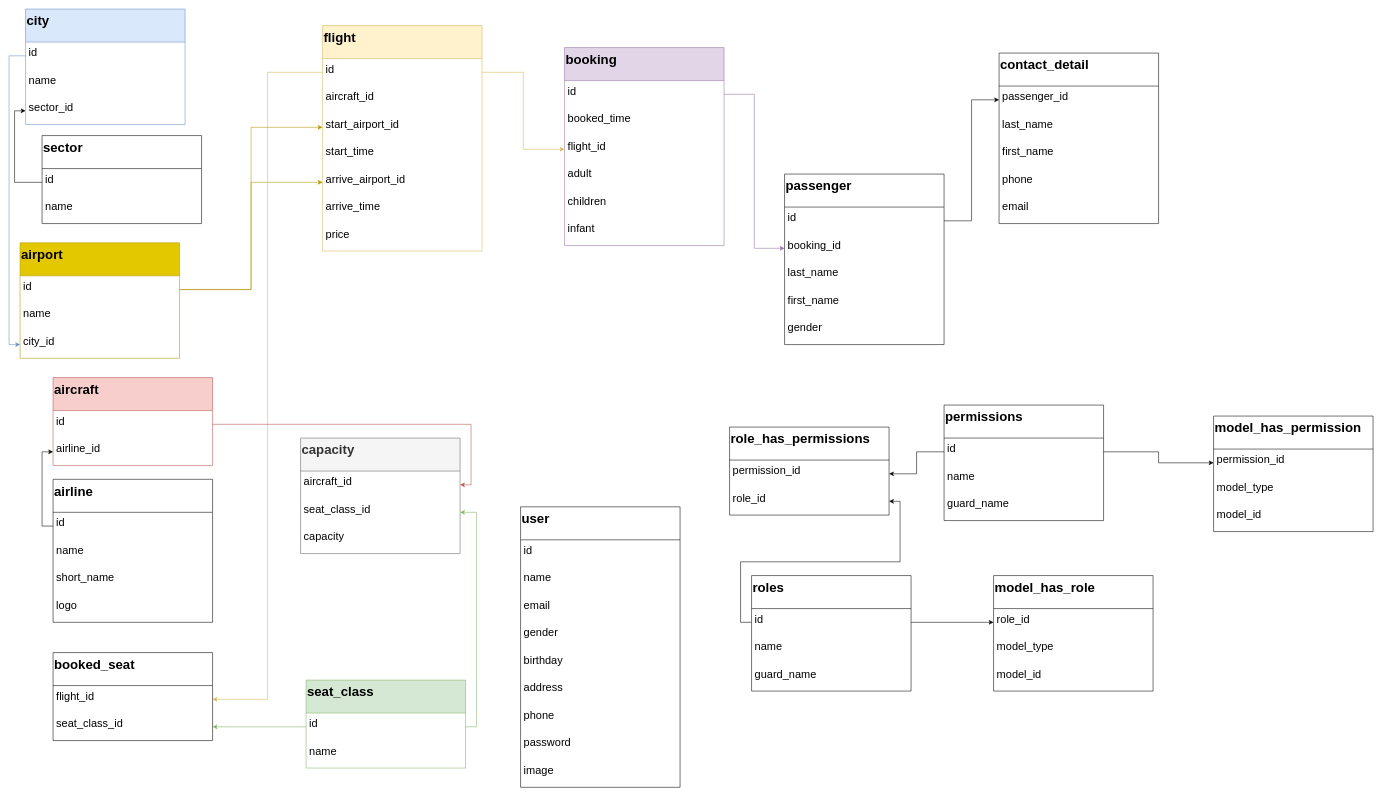
Above: Untitled Diagram.drawio in trungkien4723/datvemaybay (draw.io), before the change. Source tidied: cells renumbered, new cells numbered last; positions are measured from the earlier drawing's top-left corner, leaving out a move shared by most shapes. Both pictures are drawn from the tidied source at 55%, with x=0, y=0 at pixel (20, 9).
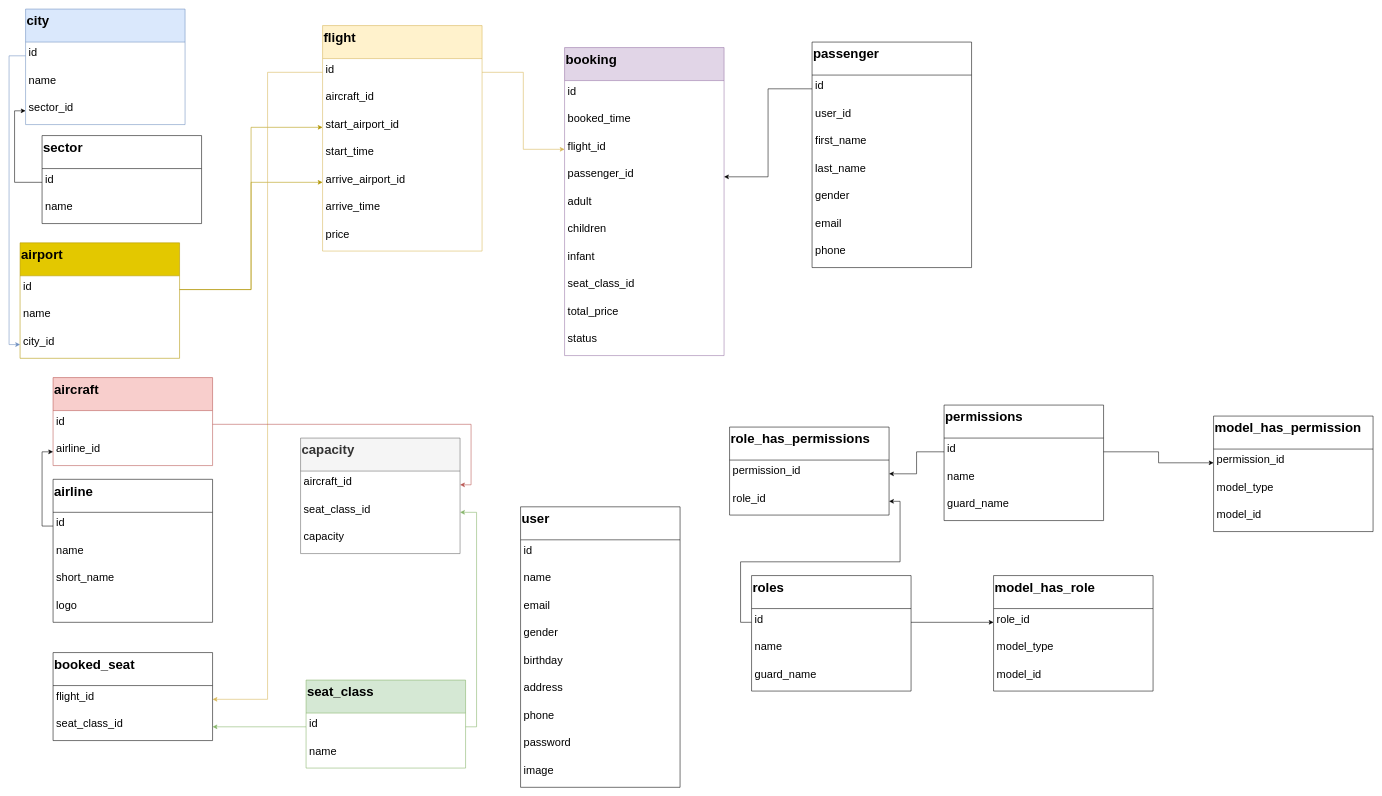
Above is the later version.

Unchanged cells that the change refers to:
```xml
<mxCell id="14" value="id" style="text;strokeColor=none;fillColor=none;align=left;verticalAlign=top;spacingLeft=4;spacingRight=4;overflow=hidden;points=[[0,0.5],[1,0.5]];portConstraint=eastwest;fontSize=20;" parent="13" vertex="1">
  <mxGeometry y="60" width="290" height="50" as="geometry" />
</mxCell>
<mxCell id="45" value="id" style="text;strokeColor=none;fillColor=none;align=left;verticalAlign=top;spacingLeft=4;spacingRight=4;overflow=hidden;points=[[0,0.5],[1,0.5]];portConstraint=eastwest;fontSize=20;" parent="44" vertex="1">
  <mxGeometry y="60" width="290" height="50" as="geometry" />
</mxCell>
```

Change to the diagram source:
```diff
@@
     <mxCell id="13" value="booking" style="swimlane;fontStyle=1;horizontal=1;startSize=60;fontSize=24;strokeColor=#9673a6;align=left;verticalAlign=top;fillColor=#e1d5e7;" parent="1" vertex="1">
-      <mxGeometry x="990" y="70" width="290" height="360" as="geometry" />
+      <mxGeometry x="990" y="70" width="290" height="560" as="geometry" />
     </mxCell>
@@
+    <mxCell id="97" value="passenger_id" style="text;strokeColor=none;fillColor=none;align=left;verticalAlign=top;spacingLeft=4;spacingRight=4;overflow=hidden;points=[[0,0.5],[1,0.5]];portConstraint=eastwest;fontSize=20;" parent="13" vertex="1">
+      <mxGeometry y="210" width="290" height="50" as="geometry" />
+    </mxCell>
     <mxCell id="17" value="adult" style="text;strokeColor=none;fillColor=none;align=left;verticalAlign=top;spacingLeft=4;spacingRight=4;overflow=hidden;fontSize=20;" parent="13" vertex="1">
-      <mxGeometry y="210" width="290" height="50" as="geometry" />
+      <mxGeometry y="260" width="290" height="50" as="geometry" />
     </mxCell>
     <mxCell id="18" value="children" style="text;strokeColor=none;fillColor=none;align=left;verticalAlign=top;spacingLeft=4;spacingRight=4;overflow=hidden;fontSize=20;" parent="13" vertex="1">
-      <mxGeometry y="260" width="290" height="50" as="geometry" />
+      <mxGeometry y="310" width="290" height="50" as="geometry" />
     </mxCell>
     <mxCell id="19" value="infant" style="text;strokeColor=none;fillColor=none;align=left;verticalAlign=top;spacingLeft=4;spacingRight=4;overflow=hidden;fontSize=20;" parent="13" vertex="1">
-      <mxGeometry y="310" width="290" height="50" as="geometry" />
+      <mxGeometry y="360" width="290" height="50" as="geometry" />
     </mxCell>
+    <mxCell id="103" value="seat_class_id" style="text;strokeColor=none;fillColor=none;align=left;verticalAlign=top;spacingLeft=4;spacingRight=4;overflow=hidden;fontSize=20;" parent="13" vertex="1">
+      <mxGeometry y="410" width="290" height="50" as="geometry" />
+    </mxCell>
+    <mxCell id="104" value="total_price" style="text;strokeColor=none;fillColor=none;align=left;verticalAlign=top;spacingLeft=4;spacingRight=4;overflow=hidden;fontSize=20;" parent="13" vertex="1">
+      <mxGeometry y="460" width="290" height="50" as="geometry" />
+    </mxCell>
+    <mxCell id="105" value="status" style="text;strokeColor=none;fillColor=none;align=left;verticalAlign=top;spacingLeft=4;spacingRight=4;overflow=hidden;fontSize=20;" parent="13" vertex="1">
+      <mxGeometry y="510" width="290" height="50" as="geometry" />
+    </mxCell>
@@
     <mxCell id="44" value="passenger" style="swimlane;fontStyle=1;horizontal=1;startSize=60;fontSize=24;strokeColor=#000000;align=left;verticalAlign=top;" parent="1" vertex="1">
-      <mxGeometry x="1390" y="300" width="290" height="310" as="geometry" />
+      <mxGeometry x="1440" y="60" width="290" height="410" as="geometry" />
     </mxCell>
@@
-    <mxCell id="46" value="booking_id" style="text;strokeColor=none;fillColor=none;align=left;verticalAlign=top;spacingLeft=4;spacingRight=4;overflow=hidden;points=[[0,0.5],[1,0.5]];portConstraint=eastwest;fontSize=20;" parent="44" vertex="1">
-      <mxGeometry y="110" width="290" height="50" as="geometry" />
-    </mxCell>
+    <mxCell id="106" value="user_id" style="text;strokeColor=none;fillColor=none;align=left;verticalAlign=top;spacingLeft=4;spacingRight=4;overflow=hidden;fontSize=20;" parent="44" vertex="1">
+      <mxGeometry y="110" width="290" height="50" as="geometry" />
+    </mxCell>
+    <mxCell id="48" value="first_name" style="text;strokeColor=none;fillColor=none;align=left;verticalAlign=top;spacingLeft=4;spacingRight=4;overflow=hidden;fontSize=20;" parent="44" vertex="1">
+      <mxGeometry y="160" width="290" height="50" as="geometry" />
+    </mxCell>
     <mxCell id="47" value="last_name" style="text;strokeColor=none;fillColor=none;align=left;verticalAlign=top;spacingLeft=4;spacingRight=4;overflow=hidden;fontSize=20;" parent="44" vertex="1">
-      <mxGeometry y="160" width="290" height="50" as="geometry" />
+      <mxGeometry y="210" width="290" height="50" as="geometry" />
     </mxCell>
-    <mxCell id="48" value="first_name" style="text;strokeColor=none;fillColor=none;align=left;verticalAlign=top;spacingLeft=4;spacingRight=4;overflow=hidden;fontSize=20;" parent="44" vertex="1">
-      <mxGeometry y="210" width="290" height="50" as="geometry" />
-    </mxCell>
@@
+    <mxCell id="101" value="email" style="text;strokeColor=none;fillColor=none;align=left;verticalAlign=top;spacingLeft=4;spacingRight=4;overflow=hidden;fontSize=20;" parent="44" vertex="1">
+      <mxGeometry y="310" width="290" height="50" as="geometry" />
+    </mxCell>
+    <mxCell id="100" value="phone" style="text;strokeColor=none;fillColor=none;align=left;verticalAlign=top;spacingLeft=4;spacingRight=4;overflow=hidden;fontSize=20;" parent="44" vertex="1">
+      <mxGeometry y="360" width="290" height="50" as="geometry" />
+    </mxCell>
@@
-    <mxCell id="95" style="edgeStyle=orthogonalEdgeStyle;rounded=0;jettySize=auto;html=1;exitX=1;exitY=0.5;exitDx=0;exitDy=0;entryX=0;entryY=0.5;entryDx=0;entryDy=0;fillColor=#e1d5e7;strokeColor=#9673a6;" parent="1" edge="1" source="14" target="46">
-      <mxGeometry relative="1" as="geometry" />
-    </mxCell>
-    <mxCell id="96" value="contact_detail&#10;" style="swimlane;fontStyle=1;horizontal=1;startSize=60;fontSize=24;strokeColor=#000000;align=left;verticalAlign=top;" parent="1" vertex="1">
-      <mxGeometry x="1780" y="80" width="290" height="310" as="geometry" />
-    </mxCell>
-    <mxCell id="97" value="passenger_id" style="text;strokeColor=none;fillColor=none;align=left;verticalAlign=top;spacingLeft=4;spacingRight=4;overflow=hidden;points=[[0,0.5],[1,0.5]];portConstraint=eastwest;fontSize=20;" parent="96" vertex="1">
-      <mxGeometry y="60" width="290" height="50" as="geometry" />
-    </mxCell>
-    <mxCell id="98" value="last_name" style="text;strokeColor=none;fillColor=none;align=left;verticalAlign=top;spacingLeft=4;spacingRight=4;overflow=hidden;fontSize=20;" parent="96" vertex="1">
-      <mxGeometry y="110" width="290" height="50" as="geometry" />
-    </mxCell>
-    <mxCell id="99" value="first_name" style="text;strokeColor=none;fillColor=none;align=left;verticalAlign=top;spacingLeft=4;spacingRight=4;overflow=hidden;fontSize=20;" parent="96" vertex="1">
-      <mxGeometry y="160" width="290" height="50" as="geometry" />
-    </mxCell>
-    <mxCell id="100" value="phone" style="text;strokeColor=none;fillColor=none;align=left;verticalAlign=top;spacingLeft=4;spacingRight=4;overflow=hidden;fontSize=20;" parent="96" vertex="1">
-      <mxGeometry y="210" width="290" height="50" as="geometry" />
-    </mxCell>
-    <mxCell id="101" value="email" style="text;strokeColor=none;fillColor=none;align=left;verticalAlign=top;spacingLeft=4;spacingRight=4;overflow=hidden;fontSize=20;" parent="96" vertex="1">
-      <mxGeometry y="260" width="290" height="50" as="geometry" />
-    </mxCell>
-    <mxCell id="102" style="edgeStyle=orthogonalEdgeStyle;rounded=0;jettySize=auto;html=1;exitX=1;exitY=0.5;exitDx=0;exitDy=0;entryX=0;entryY=0.5;entryDx=0;entryDy=0;" parent="1" edge="1" source="45" target="97">
+    <mxCell id="102" style="edgeStyle=orthogonalEdgeStyle;rounded=0;jettySize=auto;html=1;exitX=0;exitY=0.5;exitDx=0;exitDy=0;entryX=1;entryY=0.5;entryDx=0;entryDy=0;" parent="1" edge="1" source="45" target="97">
       <mxGeometry relative="1" as="geometry" />
     </mxCell>
```
